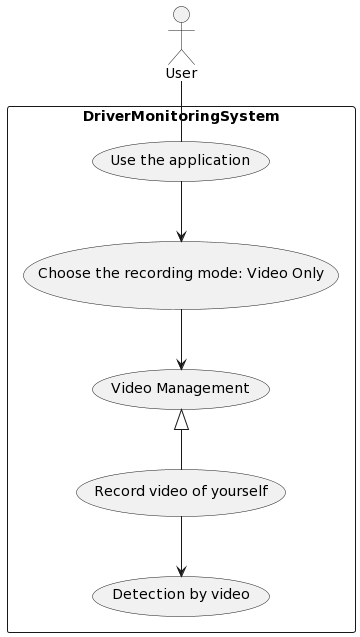
The PlantUML diagram reports/figures/use_case/use_case_video.png in AndreaBe99/multimodal-interaction-project, before a commit.
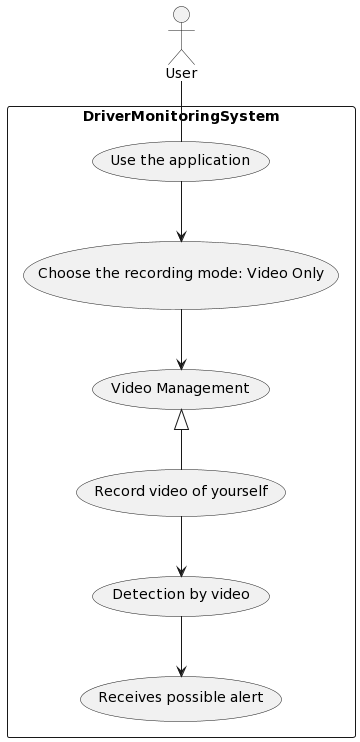
After the commit.

Commit message:
DOCS: update use-case diagrams

Diff of the diagram source:
```diff
@@ -6,10 +6,12 @@
     usecase "Video Management" as UC3
     usecase "Record video of yourself" as UC4
     usecase "Detection by video" as UC5
+    usecase "Receives possible alert" as UC6
 }
 u -- UC1
 UC1 --> UC2
 UC2 --> UC3
 UC3 <|-- UC4
 UC4 --> UC5
+UC5 --> UC6
 @enduml
```
